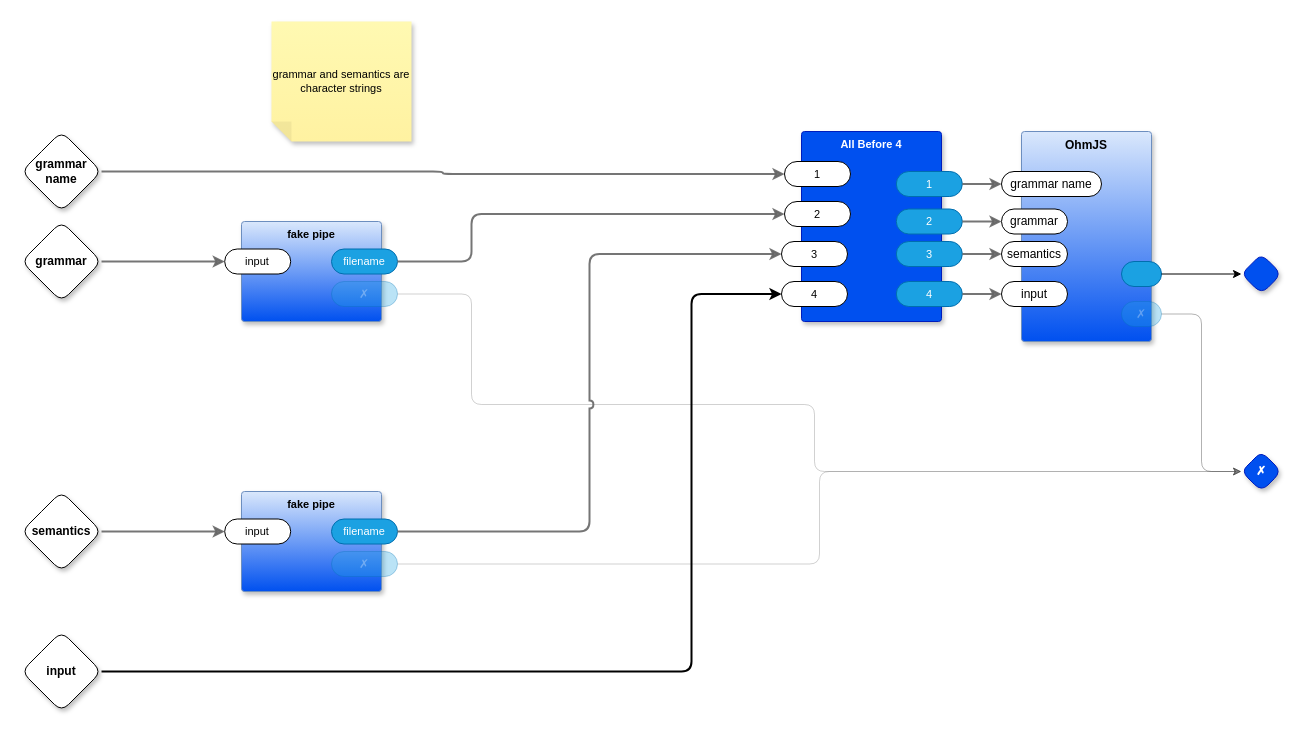
The draw.io diagram page "Ohm" (5 of 7) of python/std/transpile.drawio in guitarvydas/0D, before the edit. Source tidied: cells renumbered, new cells numbered last; positions are measured from the earlier drawing's top-left corner, leaving out a move shared by most shapes. Both pictures are drawn from the tidied source at 100%, with x=0, y=0 at pixel (21, 21).
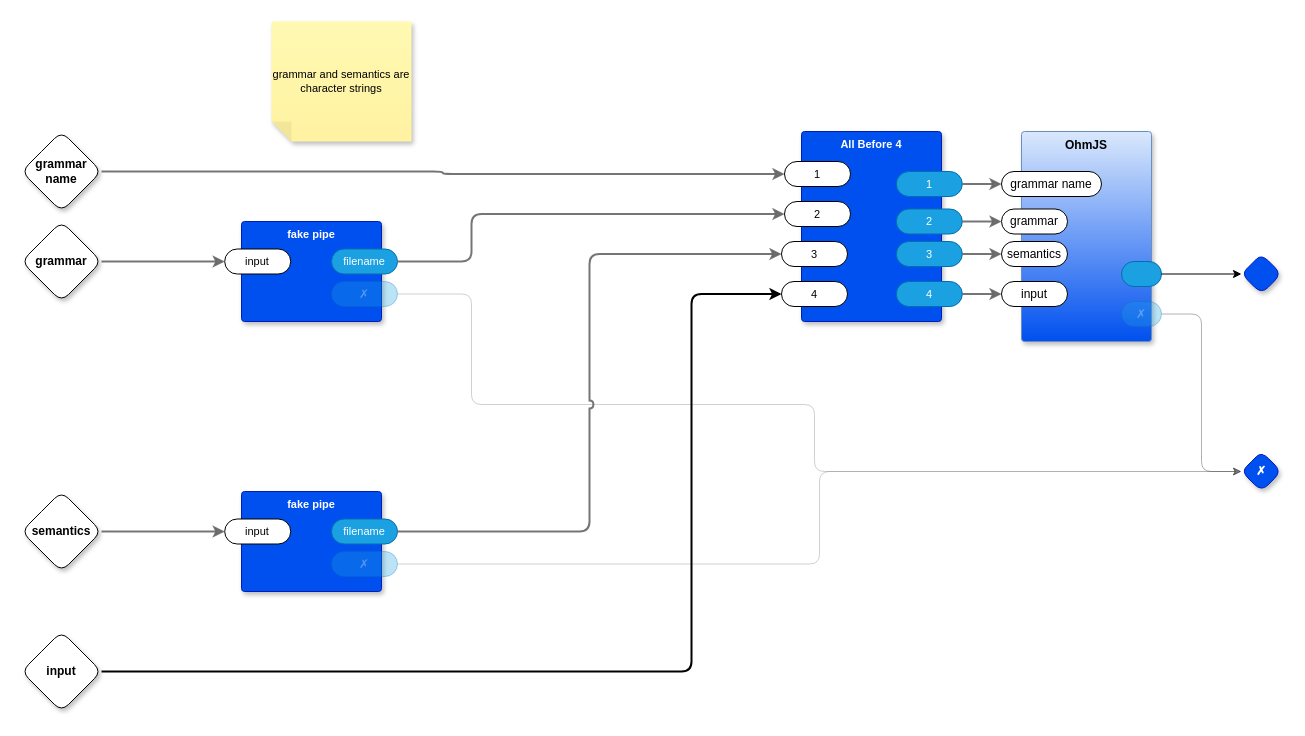
The same diagram, later.

The edit, as a diff of the source:
```diff
@@
-    <mxCell id="17" value="fake pipe" style="rounded=1;whiteSpace=wrap;html=1;sketch=0;verticalAlign=top;arcSize=6;fontStyle=1;absoluteArcSize=1;shadow=1;strokeColor=#6c8ebf;fillColor=#dae8fc;fontFamily=Helvetica;fontSize=11;gradientColor=#0050EF;" parent="1" vertex="1">
+    <mxCell id="17" value="fake pipe" style="rounded=1;whiteSpace=wrap;html=1;sketch=0;verticalAlign=top;arcSize=6;fontStyle=1;absoluteArcSize=1;shadow=1;strokeColor=#001DBC;fillColor=#0050ef;fontFamily=Helvetica;fontSize=11;fontColor=#ffffff;" parent="1" vertex="1">
       <mxGeometry x="220" y="200" width="140" height="100" as="geometry" />
     </mxCell>
@@
-    <mxCell id="21" value="fake pipe" style="rounded=1;whiteSpace=wrap;html=1;sketch=0;verticalAlign=top;arcSize=6;fontStyle=1;absoluteArcSize=1;shadow=1;strokeColor=#6c8ebf;fillColor=#dae8fc;fontFamily=Helvetica;fontSize=11;gradientColor=#0050EF;" parent="1" vertex="1">
+    <mxCell id="21" value="fake pipe" style="rounded=1;whiteSpace=wrap;html=1;sketch=0;verticalAlign=top;arcSize=6;fontStyle=1;absoluteArcSize=1;shadow=1;strokeColor=#001DBC;fillColor=#0050ef;fontFamily=Helvetica;fontSize=11;fontColor=#ffffff;" parent="1" vertex="1">
       <mxGeometry x="220" y="470" width="140" height="100" as="geometry" />
     </mxCell>
```
